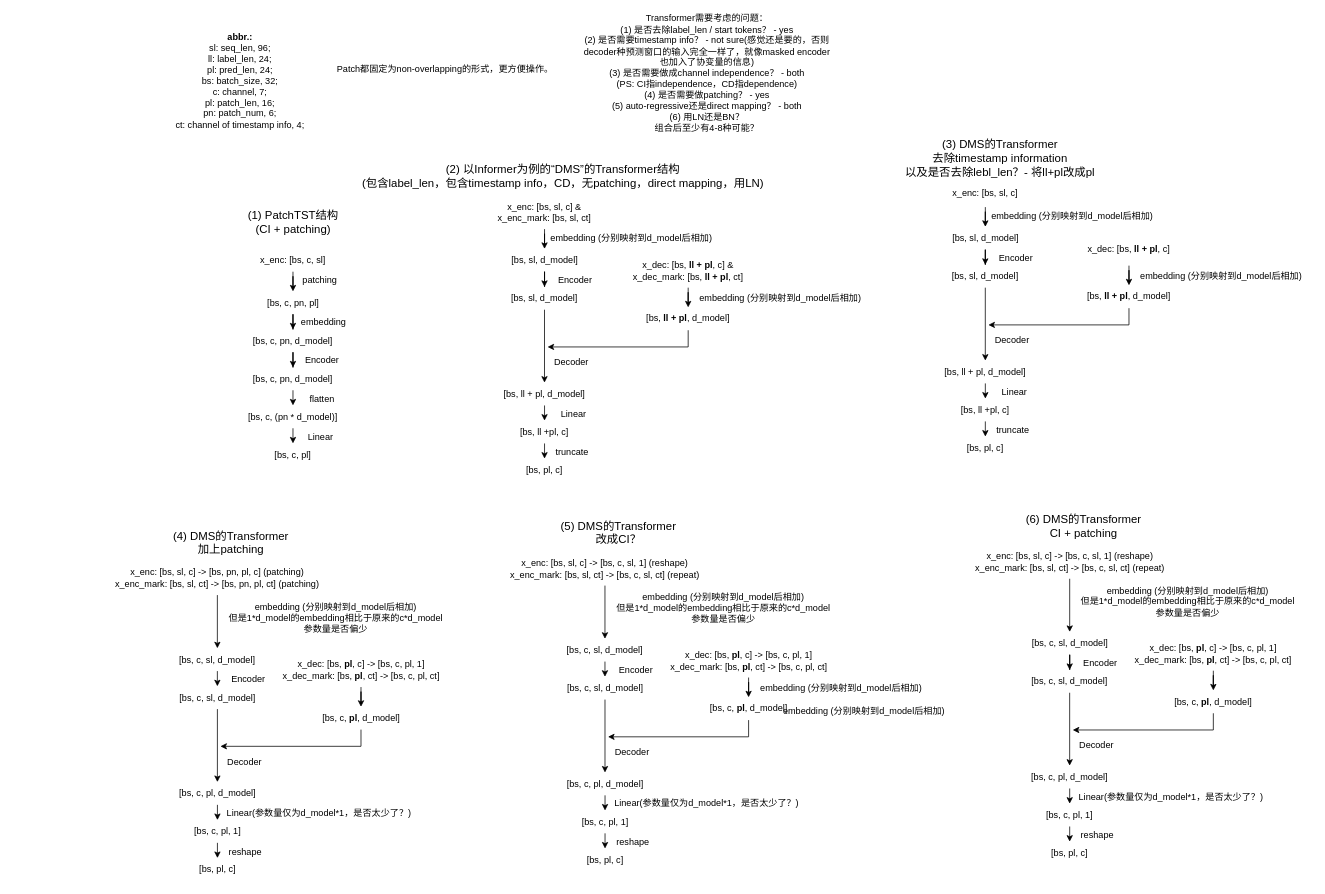
This is TSF_Transformer架构探讨.drawio from HALF111/Research_figures, a draw.io file, before an edit. Source tidied: cells renumbered, new cells numbered last; positions are measured from the earlier drawing's top-left corner, leaving out a move shared by most shapes. Both pictures are drawn from the tidied source at 76%, with x=0, y=0 at pixel (106, 27).
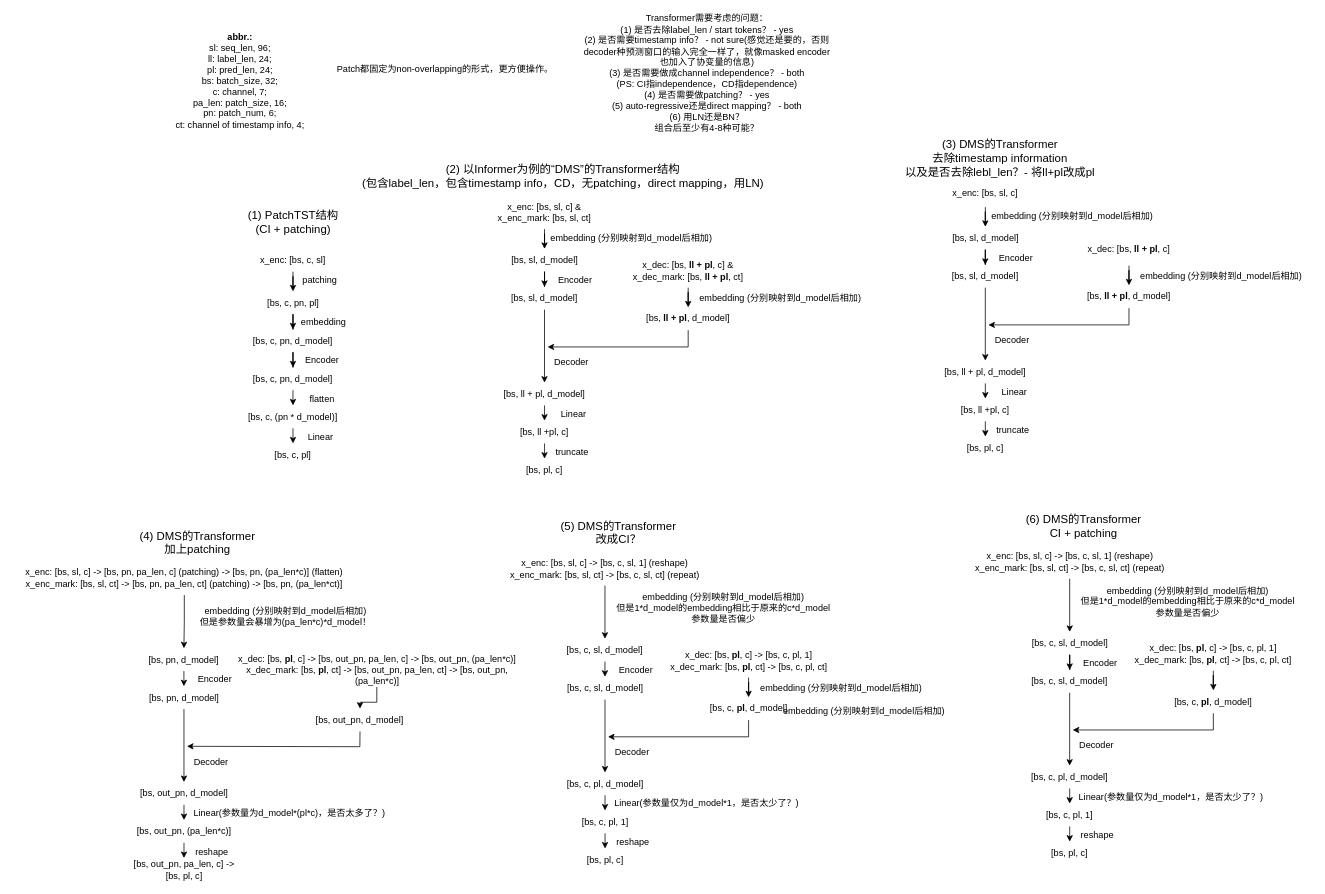
Above is the later version.

Commit message (it also covers changes not shown here):
更新TSF_Transformer架构探讨.drawio

Change to the diagram source:
```diff
@@
-    <mxCell id="5" value="&lt;b&gt;abbr.:&lt;/b&gt;&lt;div&gt;sl: seq_len, 96;&lt;/div&gt;&lt;div&gt;ll: label_len, 24;&lt;/div&gt;&lt;div&gt;pl: pred_len, 24;&lt;/div&gt;&lt;div&gt;bs: batch_size, 32;&lt;/div&gt;&lt;div&gt;c: channel, 7;&lt;/div&gt;&lt;div&gt;pl: patch_len, 16;&lt;/div&gt;&lt;div&gt;pn: patch_num, 6;&lt;/div&gt;&lt;div&gt;ct: channel of timestamp info, 4;&lt;/div&gt;" style="text;html=1;align=center;verticalAlign=middle;strokeColor=none;fillColor=none;" parent="1" vertex="1">
+    <mxCell id="5" value="&lt;b&gt;abbr.:&lt;/b&gt;&lt;div&gt;sl: seq_len, 96;&lt;/div&gt;&lt;div&gt;ll: label_len, 24;&lt;/div&gt;&lt;div&gt;pl: pred_len, 24;&lt;/div&gt;&lt;div&gt;bs: batch_size, 32;&lt;/div&gt;&lt;div&gt;c: channel, 7;&lt;/div&gt;&lt;div&gt;pa_len: patch_size, 16;&lt;/div&gt;&lt;div&gt;pn: patch_num, 6;&lt;/div&gt;&lt;div&gt;ct: channel of timestamp info, 4;&lt;/div&gt;" style="text;html=1;align=center;verticalAlign=middle;strokeColor=none;fillColor=none;" parent="1" vertex="1">
       <mxGeometry x="80" width="190" height="140" as="geometry" />
     </mxCell>
@@
-    <mxCell id="111" value="x_enc: [bs, sl, c] -&amp;gt; [bs, pn, pl, c] (patching)&lt;div&gt;x_enc_mark: [bs, sl, ct] -&amp;gt; [bs, pn, pl, ct] (patching)&lt;/div&gt;" style="text;html=1;align=center;verticalAlign=middle;whiteSpace=wrap;rounded=0;" parent="1" vertex="1">
-      <mxGeometry y="701.5" width="291" height="45" as="geometry" />
+    <mxCell id="111" value="x_enc: [bs, sl, c] -&amp;gt; [bs, pn,&amp;nbsp;&lt;span style=&quot;text-wrap: nowrap;&quot;&gt;pa_len&lt;/span&gt;, c] (patching) -&amp;gt; [bs, pn, (&lt;span style=&quot;text-wrap: nowrap;&quot;&gt;pa_len&lt;/span&gt;*c)] (flatten)&lt;div&gt;x_enc_mark: [bs, sl, ct] -&amp;gt; [bs, pn,&amp;nbsp;&lt;span style=&quot;text-wrap: nowrap;&quot;&gt;pa_len&lt;/span&gt;, ct] (patching) -&amp;gt; [bs, pn, (&lt;span style=&quot;text-wrap: nowrap;&quot;&gt;pa_len&lt;/span&gt;*ct)]&lt;/div&gt;" style="text;html=1;align=center;verticalAlign=middle;whiteSpace=wrap;rounded=0;" parent="1" vertex="1">
+      <mxGeometry x="-123" y="701.5" width="450" height="45" as="geometry" />
     </mxCell>
@@
-    <mxCell id="113" value="[bs, c, sl, d_model]" style="text;html=1;align=center;verticalAlign=middle;whiteSpace=wrap;rounded=0;" parent="1" vertex="1">
-      <mxGeometry x="93" y="816.5" width="105" height="30" as="geometry" />
+    <mxCell id="113" value="[bs, pn, d_model]" style="text;html=1;align=center;verticalAlign=middle;whiteSpace=wrap;rounded=0;" parent="1" vertex="1">
+      <mxGeometry x="49" y="816.5" width="105" height="30" as="geometry" />
     </mxCell>
-    <mxCell id="114" value="embedding (分别映射到d_model后相加)&lt;div&gt;但是1*d_model的embedding相比于原来的c*d_model&lt;/div&gt;&lt;div&gt;参数量是否偏少&lt;/div&gt;" style="text;html=1;align=center;verticalAlign=middle;strokeColor=none;fillColor=none;" parent="1" vertex="1">
-      <mxGeometry x="150.5" y="746.5" width="300" height="60" as="geometry" />
+    <mxCell id="114" value="embedding (分别映射到d_model后相加)&lt;div&gt;但是参数量会暴增为(pa_len*c)*d_model！&lt;/div&gt;" style="text;html=1;align=center;verticalAlign=middle;strokeColor=none;fillColor=none;" parent="1" vertex="1">
+      <mxGeometry x="109.5" y="755" width="250" height="40" as="geometry" />
     </mxCell>
@@
-    <mxCell id="116" value="[bs, c, sl, d_model]" style="text;html=1;align=center;verticalAlign=middle;whiteSpace=wrap;rounded=0;" parent="1" vertex="1">
-      <mxGeometry x="76.8" y="866.5" width="137.5" height="30" as="geometry" />
+    <mxCell id="116" value="[bs, pn, d_model]" style="text;html=1;align=center;verticalAlign=middle;whiteSpace=wrap;rounded=0;" parent="1" vertex="1">
+      <mxGeometry x="32.8" y="866.5" width="137.5" height="30" as="geometry" />
     </mxCell>
@@
-    <mxCell id="118" value="[bs, c, pl, d_model]" style="text;html=1;align=center;verticalAlign=middle;whiteSpace=wrap;rounded=0;" parent="1" vertex="1">
-      <mxGeometry x="76.8" y="992.5" width="137.5" height="30" as="geometry" />
+    <mxCell id="118" value="[bs, out_pn, d_model]" style="text;html=1;align=center;verticalAlign=middle;whiteSpace=wrap;rounded=0;" parent="1" vertex="1">
+      <mxGeometry x="32.8" y="992.5" width="137.5" height="30" as="geometry" />
     </mxCell>
@@
-    <mxCell id="120" value="[bs, c, pl, 1]" style="text;html=1;align=center;verticalAlign=middle;whiteSpace=wrap;rounded=0;" parent="1" vertex="1">
-      <mxGeometry x="76.8" y="1042.5" width="137.5" height="30" as="geometry" />
+    <mxCell id="120" value="[bs, out_pn, (&lt;span style=&quot;text-wrap: nowrap;&quot;&gt;pa_len&lt;/span&gt;*c)]" style="text;html=1;align=center;verticalAlign=middle;whiteSpace=wrap;rounded=0;" parent="1" vertex="1">
+      <mxGeometry x="32.8" y="1042.5" width="137.5" height="30" as="geometry" />
     </mxCell>
-    <mxCell id="121" value="[bs, pl, c]" style="text;html=1;align=center;verticalAlign=middle;whiteSpace=wrap;rounded=0;" parent="1" vertex="1">
-      <mxGeometry x="76.8" y="1092.5" width="137.5" height="30" as="geometry" />
+    <mxCell id="121" value="[bs, out_pn,&amp;nbsp;&lt;span style=&quot;text-wrap: nowrap;&quot;&gt;pa_len&lt;/span&gt;, c] -&amp;gt; [bs, pl, c]" style="text;html=1;align=center;verticalAlign=middle;whiteSpace=wrap;rounded=0;" parent="1" vertex="1">
+      <mxGeometry x="32.8" y="1092.5" width="137.5" height="30" as="geometry" />
     </mxCell>
     <mxCell id="122" value="Encoder" style="text;html=1;align=center;verticalAlign=middle;strokeColor=none;fillColor=none;" parent="1" vertex="1">
-      <mxGeometry x="150.5" y="842.5" width="70" height="30" as="geometry" />
+      <mxGeometry x="106.5" y="842.5" width="70" height="30" as="geometry" />
     </mxCell>
     <mxCell id="123" value="Decoder" style="text;html=1;align=center;verticalAlign=middle;strokeColor=none;fillColor=none;" parent="1" vertex="1">
-      <mxGeometry x="145.5" y="950.5" width="70" height="30" as="geometry" />
+      <mxGeometry x="101.5" y="950.5" width="70" height="30" as="geometry" />
     </mxCell>
-    <mxCell id="124" value="Linear(参数量仅为d_model*1，是否太少了？)" style="text;html=1;align=center;verticalAlign=middle;strokeColor=none;fillColor=none;" parent="1" vertex="1">
-      <mxGeometry x="143.5" y="1018.5" width="270" height="30" as="geometry" />
+    <mxCell id="124" value="Linear(参数量为d_model*(pl*c)，是否太多了？)" style="text;html=1;align=center;verticalAlign=middle;strokeColor=none;fillColor=none;" parent="1" vertex="1">
+      <mxGeometry x="99.5" y="1018.5" width="280" height="30" as="geometry" />
     </mxCell>
     <mxCell id="125" value="reshape" style="text;html=1;align=center;verticalAlign=middle;strokeColor=none;fillColor=none;" parent="1" vertex="1">
-      <mxGeometry x="146.5" y="1069.5" width="70" height="30" as="geometry" />
+      <mxGeometry x="102.5" y="1069.5" width="70" height="30" as="geometry" />
     </mxCell>
@@
-    <mxCell id="127" value="x_dec: [bs, &lt;b&gt;pl&lt;/b&gt;, c] -&amp;gt; [bs, c, pl, 1]&lt;div&gt;x_dec_mark: [bs, &lt;b&gt;pl&lt;/b&gt;, ct] -&amp;gt; [bs, c, pl, ct]&lt;/div&gt;" style="text;html=1;align=center;verticalAlign=middle;whiteSpace=wrap;rounded=0;" parent="1" vertex="1">
-      <mxGeometry x="214.5" y="822.5" width="240" height="45" as="geometry" />
+    <mxCell id="127" value="x_dec: [bs, &lt;b&gt;pl&lt;/b&gt;, c] -&amp;gt; [bs, out_pn,&amp;nbsp;&lt;span style=&quot;text-wrap: nowrap;&quot;&gt;pa_len&lt;/span&gt;, c] -&amp;gt; [bs, out_pn, (&lt;span style=&quot;text-wrap: nowrap;&quot;&gt;pa_len*&lt;/span&gt;c)]&lt;div&gt;x_dec_mark: [bs, &lt;b&gt;pl&lt;/b&gt;, ct] -&amp;gt; [bs, out_pn,&amp;nbsp;&lt;span style=&quot;text-wrap: nowrap;&quot;&gt;pa_len&lt;/span&gt;,&amp;nbsp;ct] -&amp;gt; [bs, out_pn, (&lt;span style=&quot;text-wrap: nowrap;&quot;&gt;pa_len&lt;/span&gt;*c)]&lt;/div&gt;" style="text;html=1;align=center;verticalAlign=middle;whiteSpace=wrap;rounded=0;" parent="1" vertex="1">
+      <mxGeometry x="170.5" y="822.5" width="369.5" height="45" as="geometry" />
     </mxCell>
-    <mxCell id="128" value="[bs, c,&amp;nbsp;&lt;b&gt;pl&lt;/b&gt;, d_model]" style="text;html=1;align=center;verticalAlign=middle;whiteSpace=wrap;rounded=0;" parent="1" vertex="1">
-      <mxGeometry x="269.5" y="893.5" width="130" height="30" as="geometry" />
+    <mxCell id="128" value="[bs, out_pn,&amp;nbsp;d_model]" style="text;html=1;align=center;verticalAlign=middle;whiteSpace=wrap;rounded=0;" parent="1" vertex="1">
+      <mxGeometry x="268.2" y="896" width="130" height="30" as="geometry" />
     </mxCell>
     <mxCell id="129" style="endArrow=classic;html=1;rounded=0;exitX=0.5;exitY=1;exitDx=0;exitDy=0;" parent="1" edge="1" source="128">
       <mxGeometry relative="1" as="geometry">
-        <mxPoint x="149.5" y="945.5" as="targetPoint" />
+        <mxPoint x="105.5" y="945.5" as="targetPoint" />
         <Array as="points">
-          <mxPoint x="334.5" y="945.5" />
+          <mxPoint x="333" y="946" />
         </Array>
       </mxGeometry>
     </mxCell>
     <mxCell id="130" value="&lt;font style=&quot;font-size: 15px;&quot;&gt;(4)&amp;nbsp;&lt;/font&gt;&lt;span style=&quot;font-size: 15px;&quot;&gt;DMS的Transformer&lt;/span&gt;&lt;div&gt;&lt;span style=&quot;font-size: 15px;&quot;&gt;加上patching&lt;/span&gt;&lt;/div&gt;" style="text;html=1;align=center;verticalAlign=middle;strokeColor=none;fillColor=none;" parent="1" vertex="1">
-      <mxGeometry x="73" y="651.5" width="180" height="50" as="geometry" />
+      <mxGeometry x="29" y="651.5" width="180" height="50" as="geometry" />
     </mxCell>
```
